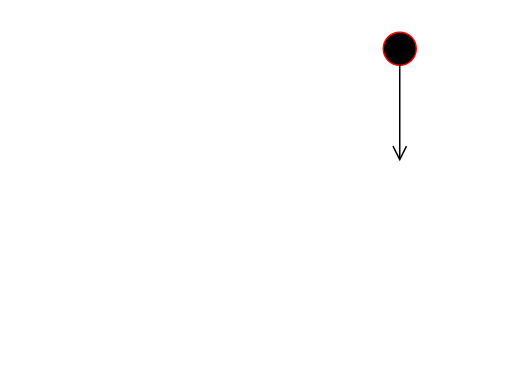
Earlier version of the draw.io diagram Diagrama de atividade - Compra de ingressos.drawio (JudilenaGalvao/Projeto-POO). Source tidied: cells renumbered, new cells numbered last; positions are measured from the earlier drawing's top-left corner, leaving out a move shared by most shapes. Both pictures are drawn from the tidied source at 150%, with x=0, y=0 at pixel (376, 26).
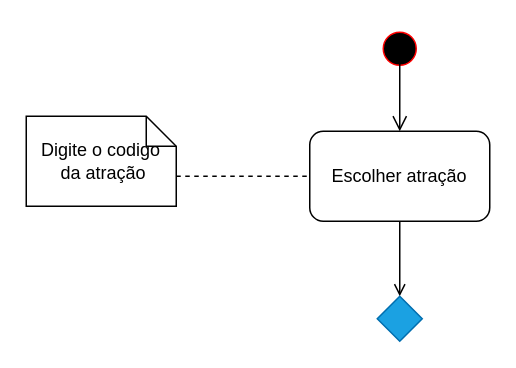
Above is the later version.

The edit, as a diff of the source:
```diff
@@
 <mxGraphModel>
   <root>
     <mxCell id="0" />
     <mxCell id="1" parent="0" />
     <mxCell id="2" style="ellipse;html=1;shape=startState;fillColor=#000000;strokeColor=#ff0000;" parent="1" vertex="1">
       <mxGeometry width="30" height="30" as="geometry" />
     </mxCell>
     <mxCell id="3" style="edgeStyle=orthogonalEdgeStyle;html=1;verticalAlign=bottom;endArrow=open;endSize=8;strokeColor=#000000;rounded=0;exitX=0.5;exitY=0.5;exitDx=0;exitDy=0;exitPerimeter=0;" parent="1" edge="1" source="2">
       <mxGeometry relative="1" as="geometry">
-        <mxPoint x="15" y="90" as="targetPoint" />
+        <mxPoint x="15" y="70" as="targetPoint" />
       </mxGeometry>
     </mxCell>
+    <mxCell id="4" style="edgeStyle=orthogonalEdgeStyle;rounded=0;jettySize=auto;html=1;exitX=0.5;exitY=1;exitDx=0;exitDy=0;entryX=0.5;entryY=0;entryDx=0;entryDy=0;endArrow=open;endFill=0;" parent="1" edge="1" source="5" target="6">
+      <mxGeometry relative="1" as="geometry" />
+    </mxCell>
+    <mxCell id="5" value="Escolher atração" style="rounded=1;whiteSpace=wrap;html=1;" parent="1" vertex="1">
+      <mxGeometry x="-45" y="70" width="120" height="60" as="geometry" />
+    </mxCell>
+    <mxCell id="6" style="rhombus;whiteSpace=wrap;html=1;fillColor=#1ba1e2;strokeColor=#006EAF;fontColor=#ffffff;" parent="1" vertex="1">
+      <mxGeometry y="180" width="30" height="30" as="geometry" />
+    </mxCell>
+    <mxCell id="7" style="edgeStyle=orthogonalEdgeStyle;rounded=0;jettySize=auto;html=1;exitX=0;exitY=0;exitDx=100;exitDy=40;exitPerimeter=0;entryX=0;entryY=0.5;entryDx=0;entryDy=0;dashed=1;endArrow=none;endFill=0;" parent="1" edge="1" source="8" target="5">
+      <mxGeometry relative="1" as="geometry" />
+    </mxCell>
+    <mxCell id="8" value="Digite o codigo&lt;br style=&quot;border-color: var(--border-color);&quot;&gt;&lt;span style=&quot;&quot;&gt;&amp;nbsp;da atração&lt;/span&gt;" style="shape=note;size=20;whiteSpace=wrap;html=1;" parent="1" vertex="1">
+      <mxGeometry x="-234" y="60" width="100" height="60" as="geometry" />
+    </mxCell>
   </root>
 </mxGraphModel>
```
